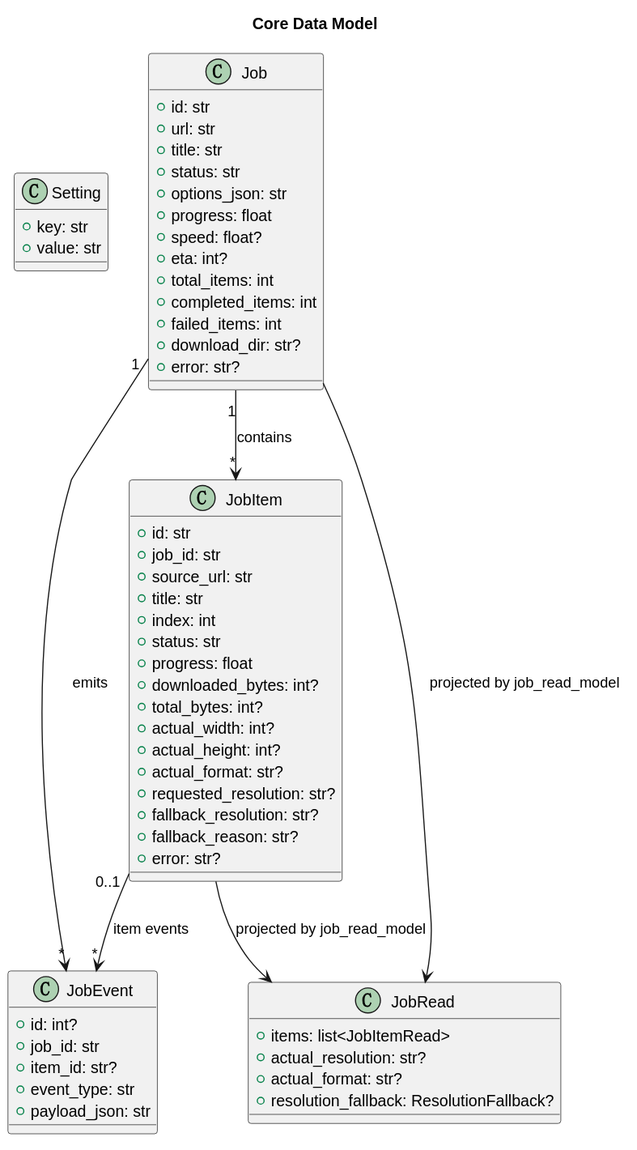
This is docs/assets/diagrams/data-model.svg from hnucjx/Design-and-Implementation-of-Database-Watermarking-Algorithms-Resistant-to-Brute-Force-Attacks., a PlantUML export, as it was before one commit. The source it was exported from:
```plantuml
@startuml
title Core Data Model
skinparam shadowing false

class Setting {
  +key: str
  +value: str
}

class Job {
  +id: str
  +url: str
  +title: str
  +status: str
  +options_json: str
  +progress: float
  +speed: float?
  +eta: int?
  +total_items: int
  +completed_items: int
  +failed_items: int
  +download_dir: str?
  +error: str?
}

class JobItem {
  +id: str
  +job_id: str
  +source_url: str
  +title: str
  +index: int
  +status: str
  +progress: float
  +downloaded_bytes: int?
  +total_bytes: int?
  +actual_width: int?
  +actual_height: int?
  +actual_format: str?
  +requested_resolution: str?
  +fallback_resolution: str?
  +fallback_reason: str?
  +error: str?
}

class JobEvent {
  +id: int?
  +job_id: str
  +item_id: str?
  +event_type: str
  +payload_json: str
}

class JobRead {
  +items: list<JobItemRead>
  +actual_resolution: str?
  +actual_format: str?
  +resolution_fallback: ResolutionFallback?
}

Job "1" --> "*" JobItem : contains
Job "1" --> "*" JobEvent : emits
JobItem "0..1" --> "*" JobEvent : item events
Job --> JobRead : projected by job_read_model
JobItem --> JobRead : projected by job_read_model
@enduml
```
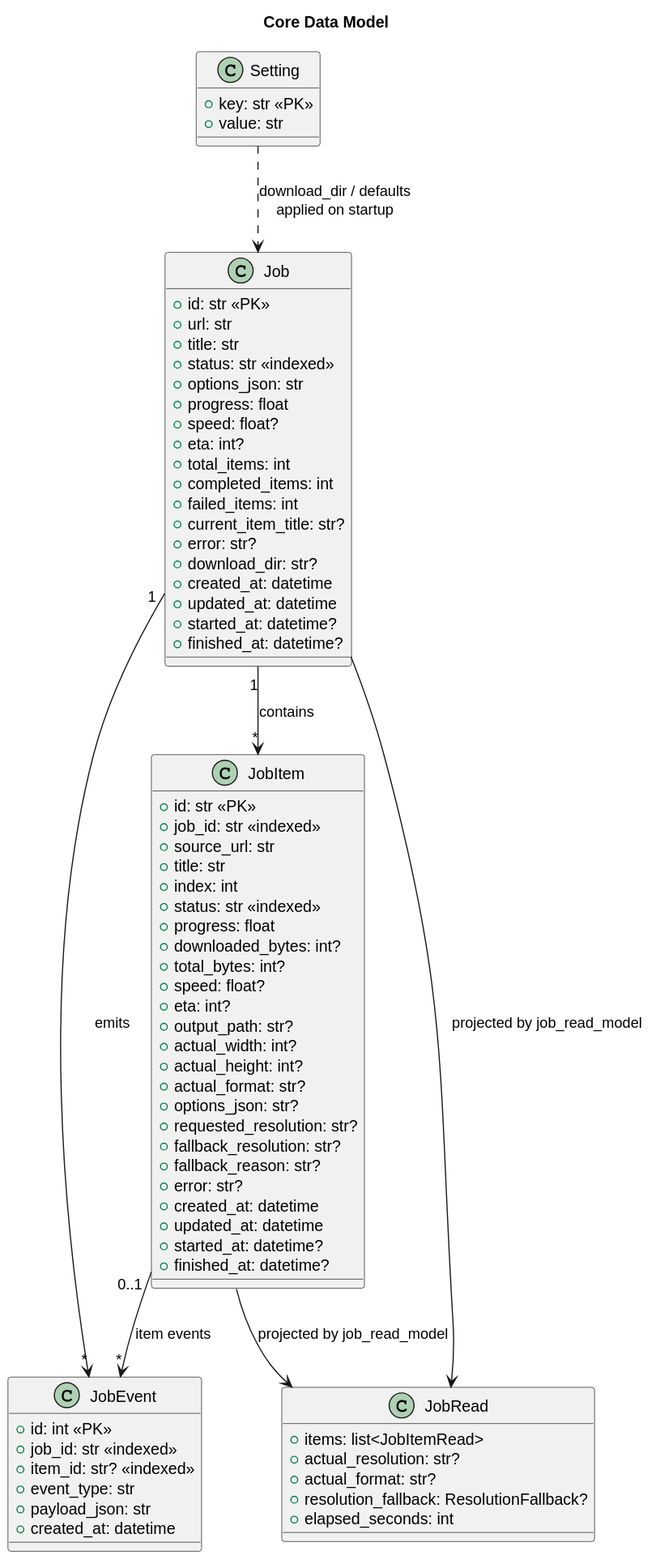
After the commit.

The edit, as a diff of the source:
```diff
@@ -3,15 +3,15 @@
 skinparam shadowing false
 
 class Setting {
-  +key: str
+  +key: str <<PK>>
   +value: str
 }
 
 class Job {
-  +id: str
+  +id: str <<PK>>
   +url: str
   +title: str
-  +status: str
+  +status: str <<indexed>>
   +options_json: str
   +progress: float
   +speed: float?
@@ -19,35 +19,49 @@
   +total_items: int
   +completed_items: int
   +failed_items: int
+  +current_item_title: str?
+  +error: str?
   +download_dir: str?
-  +error: str?
+  +created_at: datetime
+  +updated_at: datetime
+  +started_at: datetime?
+  +finished_at: datetime?
 }
 
 class JobItem {
-  +id: str
-  +job_id: str
+  +id: str <<PK>>
+  +job_id: str <<indexed>>
   +source_url: str
   +title: str
   +index: int
-  +status: str
+  +status: str <<indexed>>
   +progress: float
   +downloaded_bytes: int?
   +total_bytes: int?
+  +speed: float?
+  +eta: int?
+  +output_path: str?
   +actual_width: int?
   +actual_height: int?
   +actual_format: str?
+  +options_json: str?
   +requested_resolution: str?
   +fallback_resolution: str?
   +fallback_reason: str?
   +error: str?
+  +created_at: datetime
+  +updated_at: datetime
+  +started_at: datetime?
+  +finished_at: datetime?
 }
 
 class JobEvent {
-  +id: int?
-  +job_id: str
-  +item_id: str?
+  +id: int <<PK>>
+  +job_id: str <<indexed>>
+  +item_id: str? <<indexed>>
   +event_type: str
   +payload_json: str
+  +created_at: datetime
 }
 
 class JobRead {
@@ -55,6 +69,7 @@
   +actual_resolution: str?
   +actual_format: str?
   +resolution_fallback: ResolutionFallback?
+  +elapsed_seconds: int
 }
 
 Job "1" --> "*" JobItem : contains
@@ -62,4 +77,5 @@
 JobItem "0..1" --> "*" JobEvent : item events
 Job --> JobRead : projected by job_read_model
 JobItem --> JobRead : projected by job_read_model
+Setting ..> Job : download_dir / defaults\napplied on startup
 @enduml
```
